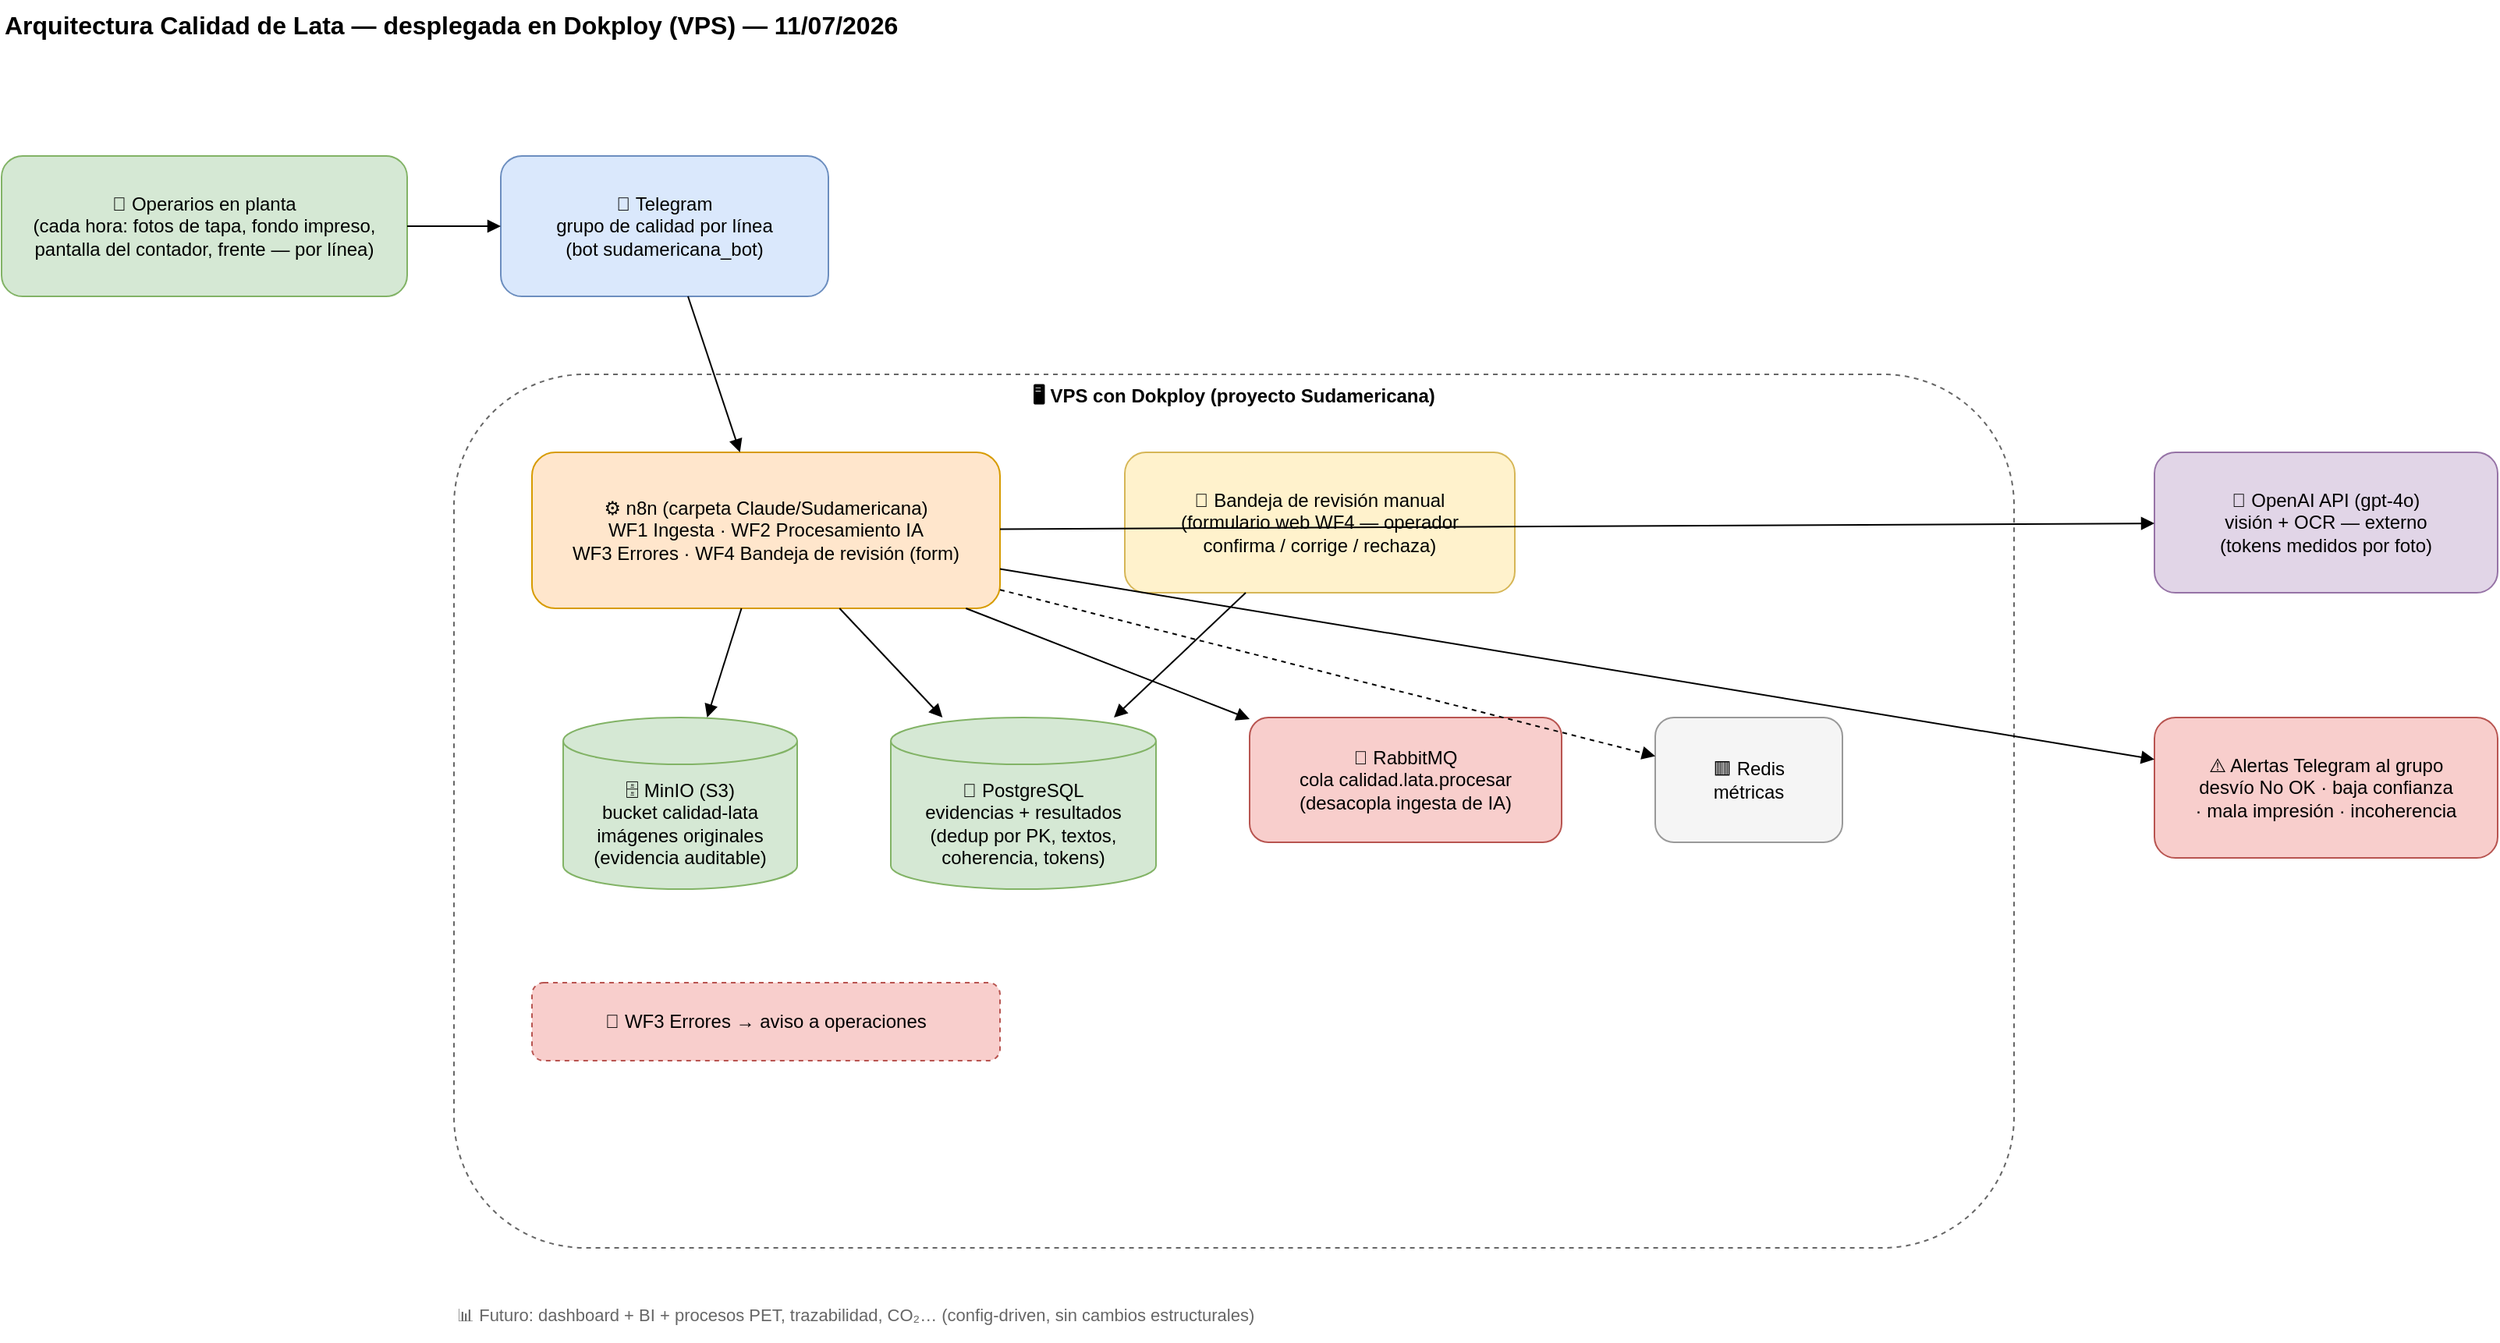
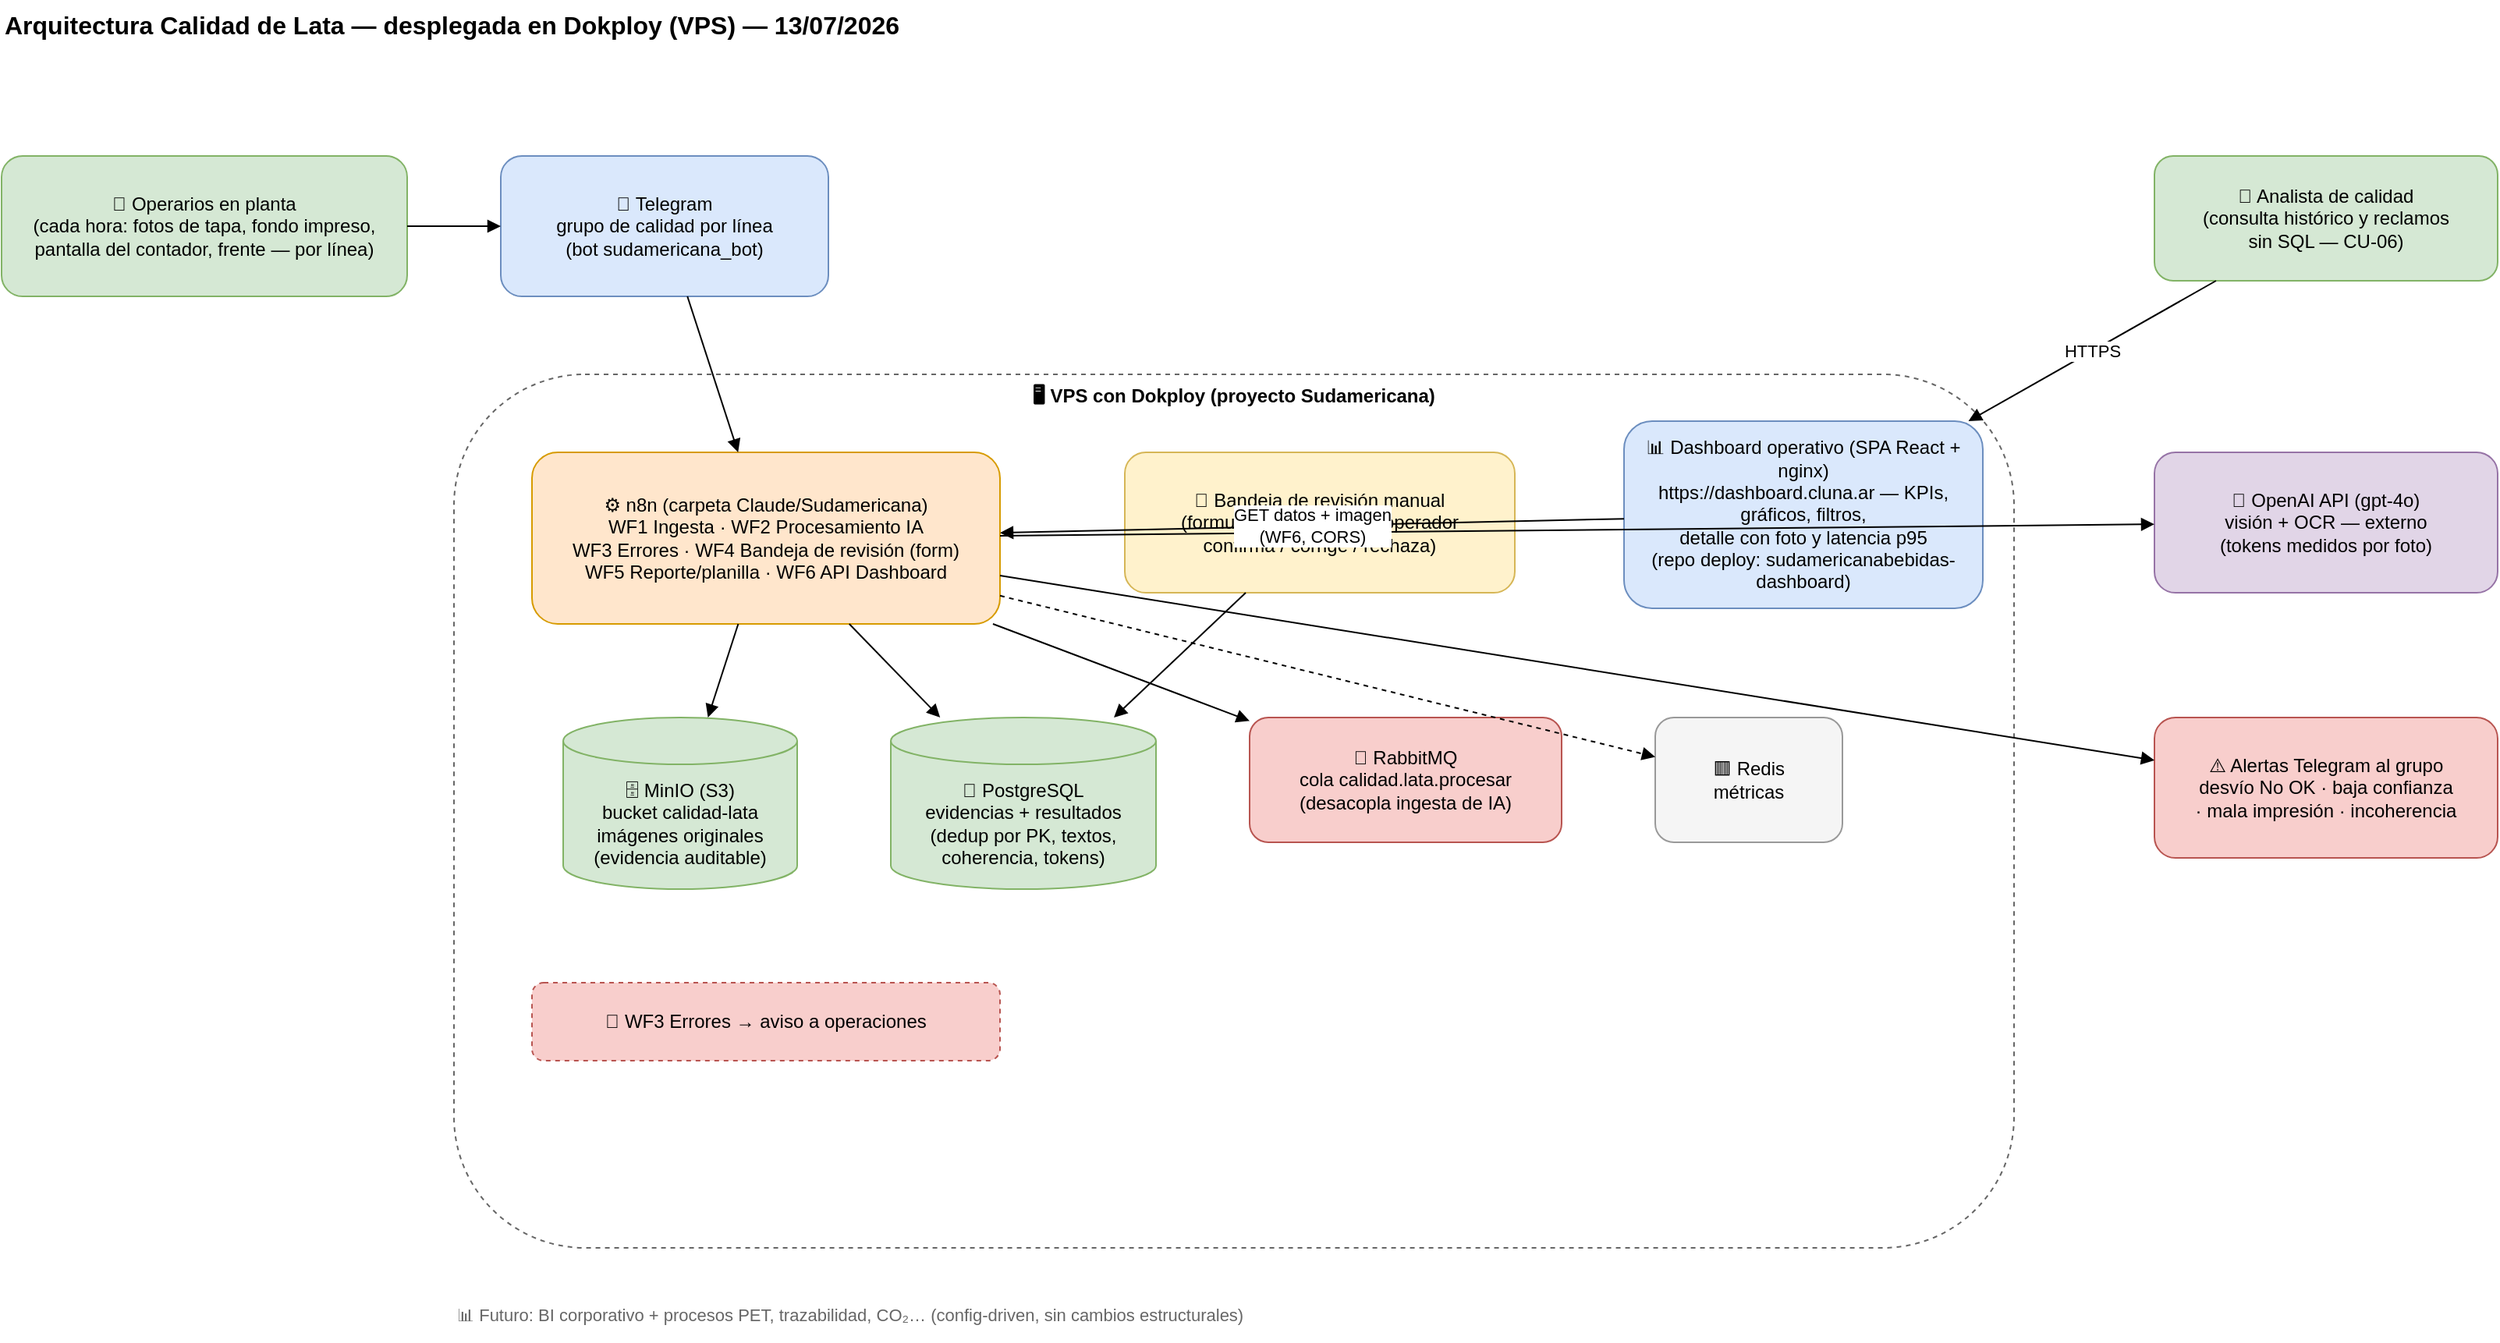
<mxfile host="app.diagrams.net" type="device">
  <diagram id="calidad-lata-arq" name="Calidad de Lata — Arquitectura (real desplegada)">
    <mxGraphModel dx="1400" dy="900" grid="1" gridSize="10" guides="1" tooltips="1" connect="1" arrows="1" fold="1" page="1" pageWidth="1700" pageHeight="1000" math="0" shadow="0">
      <root>
        <mxCell id="0" />
        <mxCell id="1" parent="0" />
-         <mxCell id="title" value="Arquitectura Calidad de Lata — desplegada en Dokploy (VPS) — 11/07/2026" style="text;html=1;fontSize=16;fontStyle=1;" vertex="1" parent="1"><mxGeometry x="40" y="20" width="900" height="30" as="geometry"/></mxCell>
+         <mxCell id="title" value="Arquitectura Calidad de Lata — desplegada en Dokploy (VPS) — 13/07/2026" style="text;html=1;fontSize=16;fontStyle=1;" vertex="1" parent="1"><mxGeometry x="40" y="20" width="900" height="30" as="geometry"/></mxCell>
        <mxCell id="ops" value="👷 Operarios en planta&#10;(cada hora: fotos de tapa, fondo impreso,&#10;pantalla del contador, frente — por línea)" style="rounded=1;whiteSpace=wrap;html=1;fillColor=#d5e8d4;strokeColor=#82b366;" vertex="1" parent="1"><mxGeometry x="40" y="120" width="260" height="90" as="geometry"/></mxCell>
        <mxCell id="tg" value="📱 Telegram&#10;grupo de calidad por línea&#10;(bot sudamericana_bot)" style="rounded=1;whiteSpace=wrap;html=1;fillColor=#dae8fc;strokeColor=#6c8ebf;" vertex="1" parent="1"><mxGeometry x="360" y="120" width="210" height="90" as="geometry"/></mxCell>
        <mxCell id="dokploy" value="🖥 VPS con Dokploy (proyecto Sudamericana)" style="rounded=1;whiteSpace=wrap;html=1;fillColor=none;strokeColor=#666666;dashed=1;verticalAlign=top;fontStyle=1" vertex="1" parent="1"><mxGeometry x="330" y="260" width="1000" height="560" as="geometry"/></mxCell>
-         <mxCell id="n8n" value="⚙️ n8n (carpeta Claude/Sudamericana)&#10;WF1 Ingesta · WF2 Procesamiento IA&#10;WF3 Errores · WF4 Bandeja de revisión (form)" style="rounded=1;whiteSpace=wrap;html=1;fillColor=#ffe6cc;strokeColor=#d79b00;" vertex="1" parent="1"><mxGeometry x="380" y="310" width="300" height="100" as="geometry"/></mxCell>
+         <mxCell id="n8n" value="⚙️ n8n (carpeta Claude/Sudamericana)&#10;WF1 Ingesta · WF2 Procesamiento IA&#10;WF3 Errores · WF4 Bandeja de revisión (form)&#10;WF5 Reporte/planilla · WF6 API Dashboard" style="rounded=1;whiteSpace=wrap;html=1;fillColor=#ffe6cc;strokeColor=#d79b00;" vertex="1" parent="1"><mxGeometry x="380" y="310" width="300" height="110" as="geometry"/></mxCell>
        <mxCell id="minio" value="🗄 MinIO (S3)&#10;bucket calidad-lata&#10;imágenes originales&#10;(evidencia auditable)" style="shape=cylinder3;whiteSpace=wrap;html=1;boundedLbl=1;fillColor=#d5e8d4;strokeColor=#82b366;" vertex="1" parent="1"><mxGeometry x="400" y="480" width="150" height="110" as="geometry"/></mxCell>
        <mxCell id="pg" value="🐘 PostgreSQL&#10;evidencias + resultados&#10;(dedup por PK, textos,&#10;coherencia, tokens)" style="shape=cylinder3;whiteSpace=wrap;html=1;boundedLbl=1;fillColor=#d5e8d4;strokeColor=#82b366;" vertex="1" parent="1"><mxGeometry x="610" y="480" width="170" height="110" as="geometry"/></mxCell>
        <mxCell id="rmq" value="🐰 RabbitMQ&#10;cola calidad.lata.procesar&#10;(desacopla ingesta de IA)" style="rounded=1;whiteSpace=wrap;html=1;fillColor=#f8cecc;strokeColor=#b85450;" vertex="1" parent="1"><mxGeometry x="840" y="480" width="200" height="80" as="geometry"/></mxCell>
        <mxCell id="redis" value="🟥 Redis&#10;métricas" style="rounded=1;whiteSpace=wrap;html=1;fillColor=#f5f5f5;strokeColor=#999999;" vertex="1" parent="1"><mxGeometry x="1100" y="480" width="120" height="80" as="geometry"/></mxCell>
        <mxCell id="wf4" value="📝 Bandeja de revisión manual&#10;(formulario web WF4 — operador&#10;confirma / corrige / rechaza)" style="rounded=1;whiteSpace=wrap;html=1;fillColor=#fff2cc;strokeColor=#d6b656;" vertex="1" parent="1"><mxGeometry x="760" y="310" width="250" height="90" as="geometry"/></mxCell>
        <mxCell id="er" value="🚨 WF3 Errores → aviso a operaciones" style="rounded=1;whiteSpace=wrap;html=1;fillColor=#f8cecc;strokeColor=#b85450;dashed=1;" vertex="1" parent="1"><mxGeometry x="380" y="650" width="300" height="50" as="geometry"/></mxCell>
        <mxCell id="openai" value="🧠 OpenAI API (gpt-4o)&#10;visión + OCR — externo&#10;(tokens medidos por foto)" style="rounded=1;whiteSpace=wrap;html=1;fillColor=#e1d5e7;strokeColor=#9673a6;" vertex="1" parent="1"><mxGeometry x="1420" y="310" width="220" height="90" as="geometry"/></mxCell>
        <mxCell id="alertas" value="⚠️ Alertas Telegram al grupo&#10;desvío No OK · baja confianza&#10;· mala impresión · incoherencia" style="rounded=1;whiteSpace=wrap;html=1;fillColor=#f8cecc;strokeColor=#b85450;" vertex="1" parent="1"><mxGeometry x="1420" y="480" width="220" height="90" as="geometry"/></mxCell>
-         <mxCell id="fut" value="📊 Futuro: dashboard + BI + procesos PET, trazabilidad, CO₂… (config-driven, sin cambios estructurales)" style="text;html=1;fontSize=11;fontColor=#666666;" vertex="1" parent="1"><mxGeometry x="330" y="850" width="800" height="30" as="geometry"/></mxCell>
+         <mxCell id="dash" value="📊 Dashboard operativo (SPA React + nginx)&#10;https://dashboard.cluna.ar — KPIs, gráficos, filtros,&#10;detalle con foto y latencia p95&#10;(repo deploy: sudamericanabebidas-dashboard)" style="rounded=1;whiteSpace=wrap;html=1;fillColor=#dae8fc;strokeColor=#6c8ebf;" vertex="1" parent="1"><mxGeometry x="1080" y="290" width="230" height="120" as="geometry"/></mxCell>
+         <mxCell id="analista" value="🔎 Analista de calidad&#10;(consulta histórico y reclamos&#10;sin SQL — CU-06)" style="rounded=1;whiteSpace=wrap;html=1;fillColor=#d5e8d4;strokeColor=#82b366;" vertex="1" parent="1"><mxGeometry x="1420" y="120" width="220" height="80" as="geometry"/></mxCell>
+         <mxCell id="fut" value="📊 Futuro: BI corporativo + procesos PET, trazabilidad, CO₂… (config-driven, sin cambios estructurales)" style="text;html=1;fontSize=11;fontColor=#666666;" vertex="1" parent="1"><mxGeometry x="330" y="850" width="800" height="30" as="geometry"/></mxCell>
        <mxCell id="a1" style="endArrow=block;html=1;" edge="1" parent="1" source="ops" target="tg"><mxGeometry relative="1" as="geometry"/></mxCell>
        <mxCell id="a2" style="endArrow=block;html=1;" edge="1" parent="1" source="tg" target="n8n"><mxGeometry relative="1" as="geometry"/></mxCell>
        <mxCell id="a3" style="endArrow=block;html=1;" edge="1" parent="1" source="n8n" target="minio"><mxGeometry relative="1" as="geometry"/></mxCell>
        <mxCell id="a4" style="endArrow=block;html=1;" edge="1" parent="1" source="n8n" target="pg"><mxGeometry relative="1" as="geometry"/></mxCell>
        <mxCell id="a5" style="endArrow=block;html=1;" edge="1" parent="1" source="n8n" target="rmq"><mxGeometry relative="1" as="geometry"/></mxCell>
        <mxCell id="a6" style="endArrow=block;html=1;dashed=1;" edge="1" parent="1" source="n8n" target="redis"><mxGeometry relative="1" as="geometry"/></mxCell>
        <mxCell id="a7" style="endArrow=block;html=1;" edge="1" parent="1" source="n8n" target="openai"><mxGeometry relative="1" as="geometry"/></mxCell>
        <mxCell id="a8" style="endArrow=block;html=1;" edge="1" parent="1" source="n8n" target="alertas"><mxGeometry relative="1" as="geometry"/></mxCell>
        <mxCell id="a9" style="endArrow=block;html=1;" edge="1" parent="1" source="wf4" target="pg"><mxGeometry relative="1" as="geometry"/></mxCell>
+         <mxCell id="a10" value="HTTPS" style="endArrow=block;html=1;" edge="1" parent="1" source="analista" target="dash"><mxGeometry relative="1" as="geometry"/></mxCell>
+         <mxCell id="a11" value="GET datos + imagen&#10;(WF6, CORS)" style="endArrow=block;html=1;" edge="1" parent="1" source="dash" target="n8n"><mxGeometry relative="1" as="geometry"/></mxCell>
      </root>
    </mxGraphModel>
  </diagram>
</mxfile>
